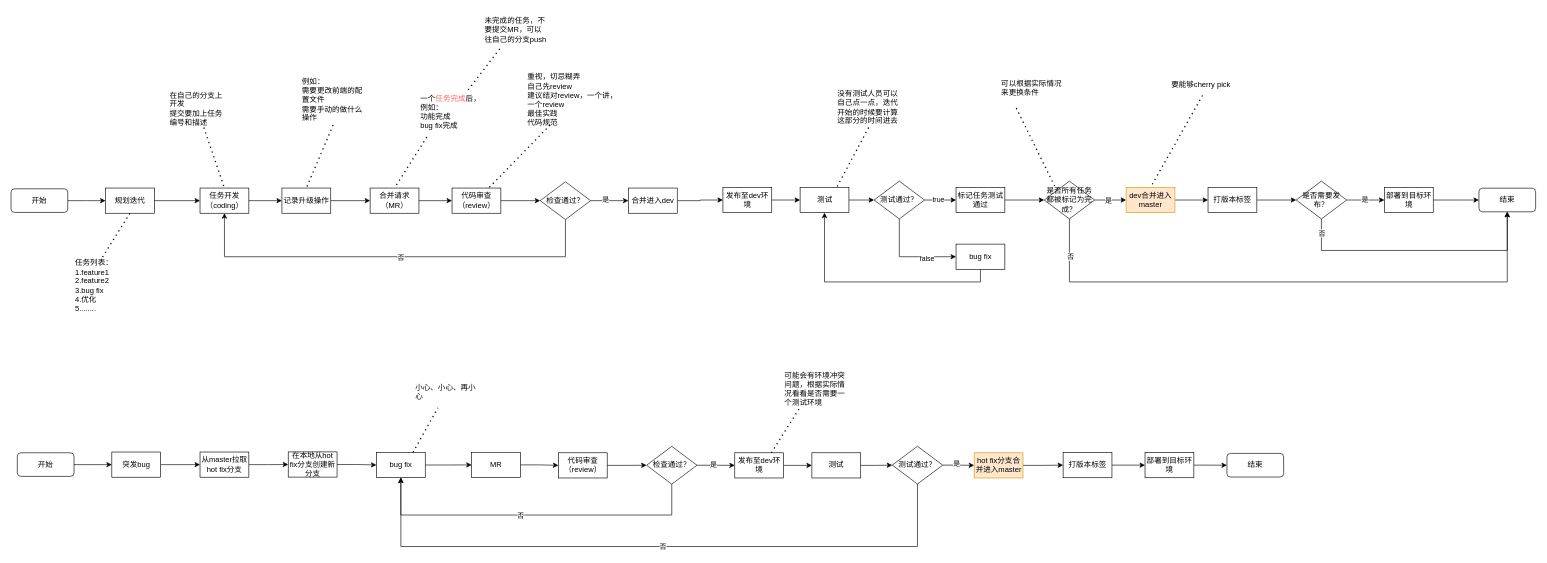
This is page "工作流" (3 of 5) of 平台发布.drawio from ProgrammerLZ/drawio, a draw.io file, before an edit. Source tidied: cells renumbered, new cells numbered last; positions are measured from the earlier drawing's top-left corner, leaving out a move shared by most shapes. Both pictures are drawn from the tidied source at 63%, with x=0, y=0 at pixel (11, 11).
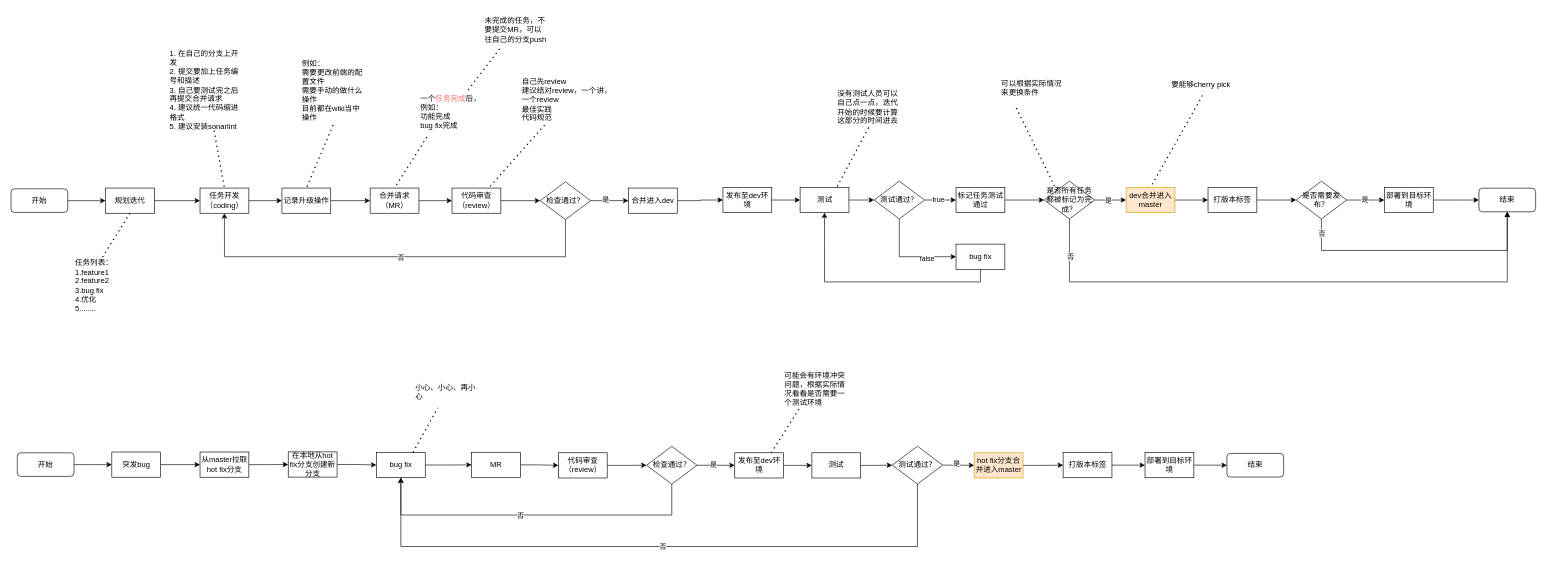
The same page after the edit.

Commit message (it also covers changes not shown here):
更新平台发布.drawio

Diff of the diagram source:
```diff
@@
-    <mxCell id="33" value="在自己的分支上开发&lt;div&gt;提交要加上任务编号和描述&lt;/div&gt;" style="text;html=1;align=left;verticalAlign=top;whiteSpace=wrap;rounded=0;" parent="1" vertex="1">
-      <mxGeometry x="250" y="120" width="90" height="65" as="geometry" />
+    <mxCell id="33" value="1. 在自己的分支上开发&lt;div&gt;2. 提交要加上任务编号和描述&lt;/div&gt;&lt;div&gt;3. 自己要测试完之后再提交合并请求&lt;/div&gt;&lt;div&gt;4. 建议统一代码缩进格式&lt;/div&gt;&lt;div&gt;5. 建议安装sonarlint&lt;/div&gt;&lt;div&gt;&lt;br&gt;&lt;/div&gt;" style="text;html=1;align=left;verticalAlign=top;whiteSpace=wrap;rounded=0;" parent="1" vertex="1">
+      <mxGeometry x="250" y="54" width="120" height="136" as="geometry" />
     </mxCell>
@@
-    <mxCell id="63" value="例如：&lt;div&gt;需要更改前端的配置文件&lt;/div&gt;&lt;div&gt;需要手动的做什么操作&lt;/div&gt;" style="text;html=1;align=left;verticalAlign=middle;whiteSpace=wrap;rounded=0;" parent="1" vertex="1">
-      <mxGeometry x="460" y="100" width="102.5" height="81" as="geometry" />
+    <mxCell id="63" value="例如：&lt;div&gt;需要更改前端的配置文件&lt;/div&gt;&lt;div&gt;需要手动的做什么操作&lt;/div&gt;&lt;div&gt;目前都在wiki当中操作&lt;/div&gt;" style="text;html=1;align=left;verticalAlign=middle;whiteSpace=wrap;rounded=0;" parent="1" vertex="1">
+      <mxGeometry x="460" y="70" width="102.5" height="111" as="geometry" />
     </mxCell>
@@
-    <mxCell id="73" value="重视，切忌糊弄&lt;div&gt;自己先review&lt;/div&gt;&lt;div&gt;建议结对review，一个讲，一个review&lt;/div&gt;&lt;div&gt;最佳实践&lt;/div&gt;&lt;div&gt;代码规范&lt;/div&gt;" style="text;html=1;align=left;verticalAlign=middle;whiteSpace=wrap;rounded=0;" parent="1" vertex="1">
-      <mxGeometry x="817.5" y="100" width="152.5" height="81" as="geometry" />
+    <mxCell id="73" value="&lt;div&gt;自己先review&lt;/div&gt;&lt;div&gt;建议结对review，一个讲，一个review&lt;/div&gt;&lt;div&gt;最佳实践&lt;/div&gt;&lt;div&gt;代码规范&lt;/div&gt;" style="text;html=1;align=left;verticalAlign=middle;whiteSpace=wrap;rounded=0;" parent="1" vertex="1">
+      <mxGeometry x="808.8" y="100" width="152.5" height="81" as="geometry" />
     </mxCell>
```
